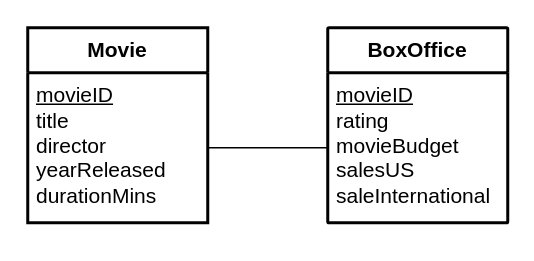
This is page "Movie" (20 of 21) of higher/ddd/H-DDD-Clydeview/assets/H DDD Clydeview.drawio from MrFriendCS/MrFriendCS.github.io, a draw.io file, before an edit. Source tidied: cells renumbered, new cells numbered last; positions are measured from the earlier drawing's top-left corner, leaving out a move shared by most shapes. Both pictures are drawn from the tidied source at 150%, with x=0, y=0 at pixel (27, 27).
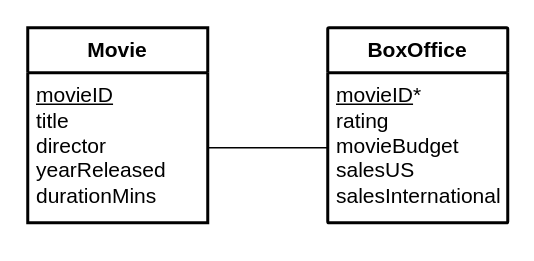
The same diagram, later.

Diff of the diagram source:
```diff
@@
 <mxGraphModel>
   <root>
     <mxCell id="0" />
     <mxCell id="1" parent="0" />
     <mxCell id="2" value="&lt;b&gt;Movie&lt;/b&gt;" style="swimlane;horizontal=1;startSize=30;rounded=1;fontSize=14;fontStyle=0;strokeWidth=2;shadow=0;dashed=0;align=center;arcSize=0;whiteSpace=wrap;html=1;" parent="1" vertex="1">
       <mxGeometry width="120" height="130" as="geometry" />
     </mxCell>
     <mxCell id="3" value="&lt;font style=&quot;font-size: 14px;&quot;&gt;&lt;u style=&quot;&quot;&gt;movieID&lt;br&gt;&lt;/u&gt;title&lt;br&gt;director&lt;br&gt;yearReleased&lt;br&gt;durationMins&lt;/font&gt;" style="align=left;strokeColor=none;fillColor=none;spacingLeft=4;fontSize=12;verticalAlign=top;html=1;" parent="2" vertex="1">
       <mxGeometry y="30" width="120" height="100" as="geometry" />
     </mxCell>
     <mxCell id="4" style="edgeStyle=orthogonalEdgeStyle;rounded=0;orthogonalLoop=1;jettySize=auto;html=1;exitX=0.5;exitY=1;exitDx=0;exitDy=0;" parent="2" edge="1" source="3" target="3">
       <mxGeometry relative="1" as="geometry" />
     </mxCell>
     <mxCell id="5" value="&lt;b&gt;BoxOffice&lt;/b&gt;" style="swimlane;horizontal=1;startSize=30;rounded=1;fontSize=14;fontStyle=0;strokeWidth=2;shadow=0;dashed=0;align=center;arcSize=1;whiteSpace=wrap;html=1;" parent="1" vertex="1">
       <mxGeometry x="200" width="120" height="130" as="geometry" />
     </mxCell>
-    <mxCell id="6" value="&lt;span style=&quot;font-size: 14px;&quot;&gt;&lt;u&gt;movieID&lt;br&gt;&lt;/u&gt;rating&lt;br&gt;movieBudget&lt;br&gt;&lt;/span&gt;&lt;div&gt;&lt;span style=&quot;font-size: 14px;&quot;&gt;salesUS&lt;/span&gt;&lt;/div&gt;&lt;div&gt;&lt;span style=&quot;font-size: 14px;&quot;&gt;saleInternational&lt;/span&gt;&lt;/div&gt;" style="align=left;strokeColor=none;fillColor=none;spacingLeft=4;fontSize=12;verticalAlign=top;html=1;" parent="5" vertex="1">
+    <mxCell id="6" value="&lt;span style=&quot;font-size: 14px;&quot;&gt;&lt;u&gt;movieID&lt;/u&gt;*&lt;br&gt;rating&lt;br&gt;movieBudget&lt;br&gt;&lt;/span&gt;&lt;div&gt;&lt;span style=&quot;font-size: 14px;&quot;&gt;salesUS&lt;/span&gt;&lt;/div&gt;&lt;div&gt;&lt;span style=&quot;font-size: 14px;&quot;&gt;salesInternational&lt;/span&gt;&lt;/div&gt;" style="align=left;strokeColor=none;fillColor=none;spacingLeft=4;fontSize=12;verticalAlign=top;html=1;" parent="5" vertex="1">
       <mxGeometry y="30" width="120" height="100" as="geometry" />
     </mxCell>
     <mxCell id="7" style="rounded=0;orthogonalLoop=1;jettySize=auto;html=1;exitX=1;exitY=0.5;exitDx=0;exitDy=0;entryX=0;entryY=0.5;entryDx=0;entryDy=0;endArrow=none;endFill=0;" parent="1" edge="1">
       <mxGeometry relative="1" as="geometry">
         <mxPoint x="120" y="80" as="sourcePoint" />
         <mxPoint x="200" y="80" as="targetPoint" />
       </mxGeometry>
     </mxCell>
   </root>
 </mxGraphModel>
```
